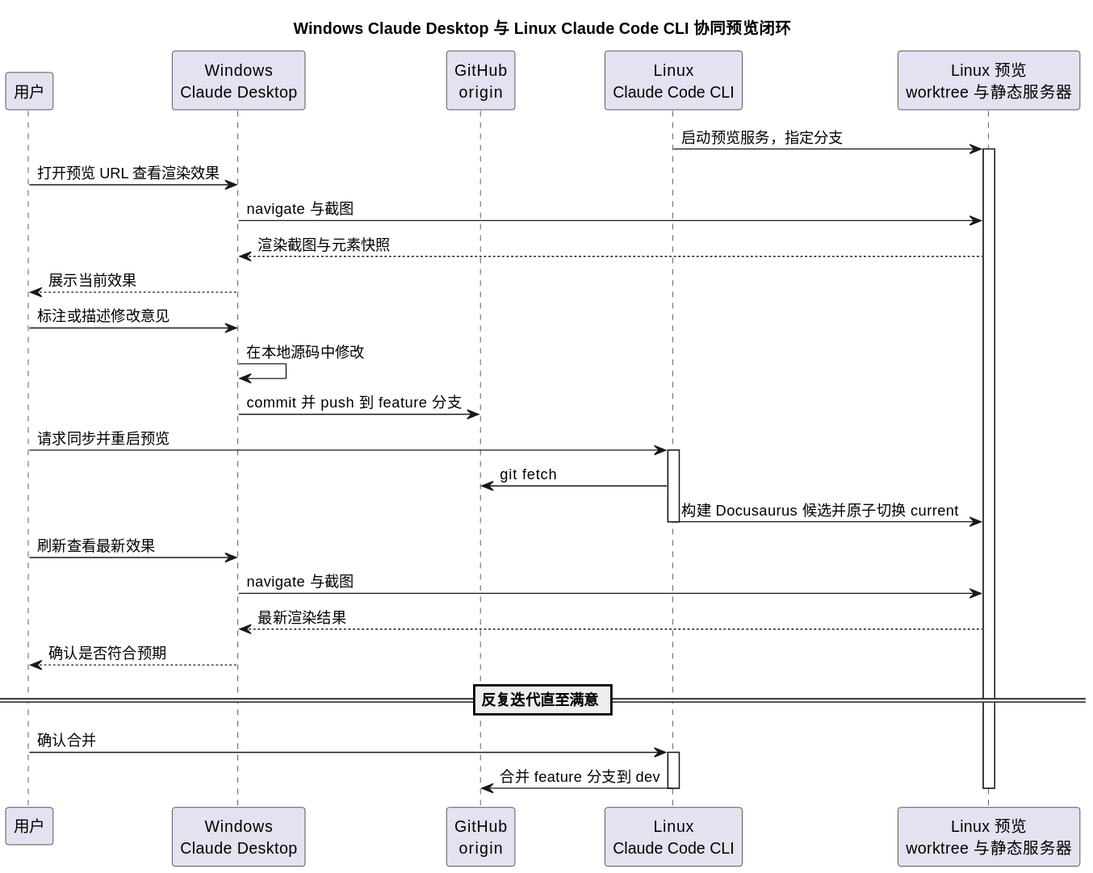
This is docs/diagrams/dev-workflow-loop.svg from lyty1997/AxialMuseWebsite, a PlantUML export, as it was before one commit.
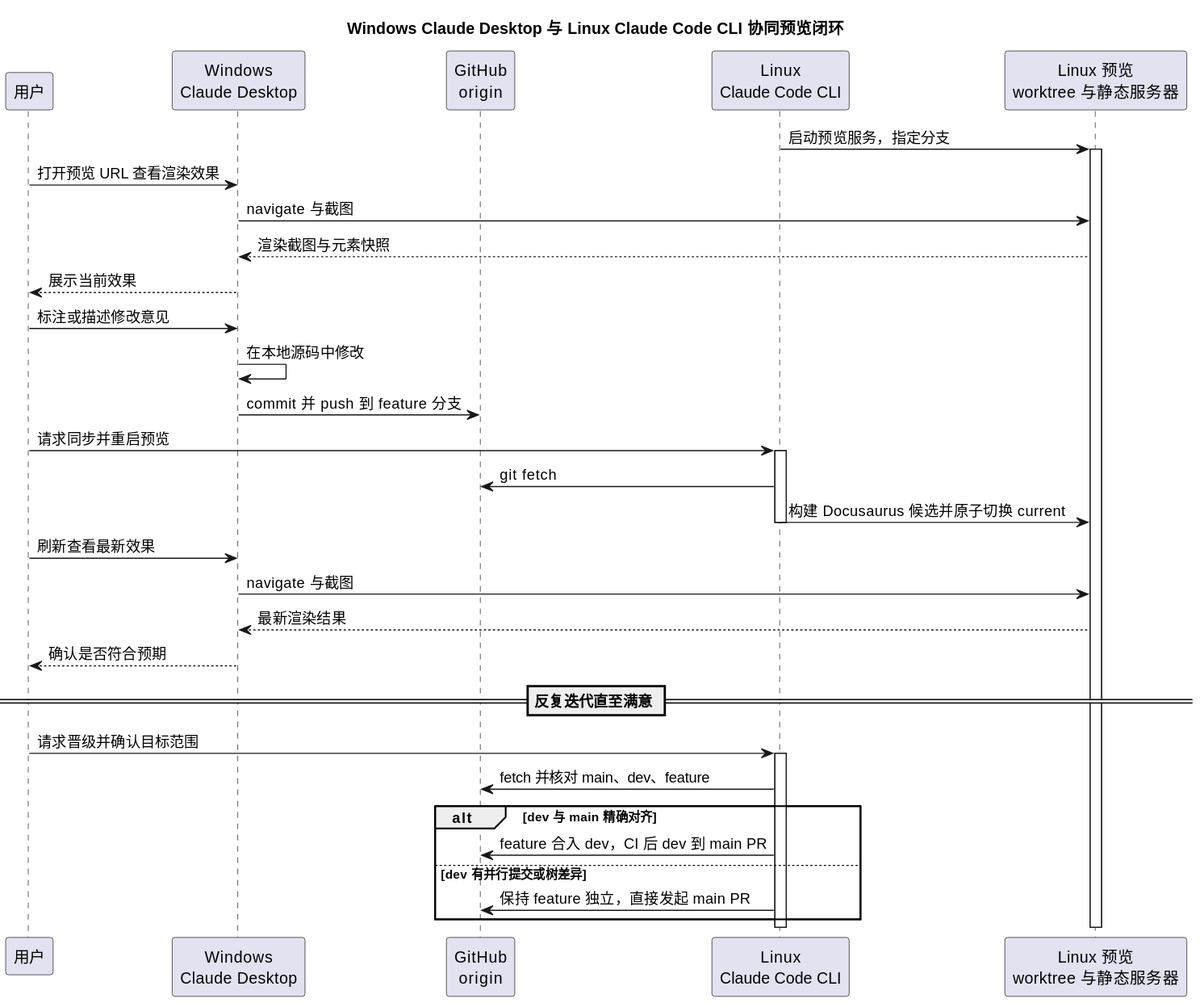
Above is the later version.

Change to the diagram source:
```diff
@@ -30,9 +30,14 @@
 
 == 反复迭代直至满意 ==
 
-User -> Linux : 确认合并
+User -> Linux : 请求晋级并确认目标范围
 activate Linux
-Linux -> Hub : 合并 feature 分支到 dev
+Linux -> Hub : fetch 并核对 main、dev、feature
+alt dev 与 main 精确对齐
+  Linux -> Hub : feature 合入 dev，CI 后 dev 到 main PR
+else dev 有并行提交或树差异
+  Linux -> Hub : 保持 feature 独立，直接发起 main PR
+end
 deactivate Linux
 deactivate Preview
 @enduml
```
